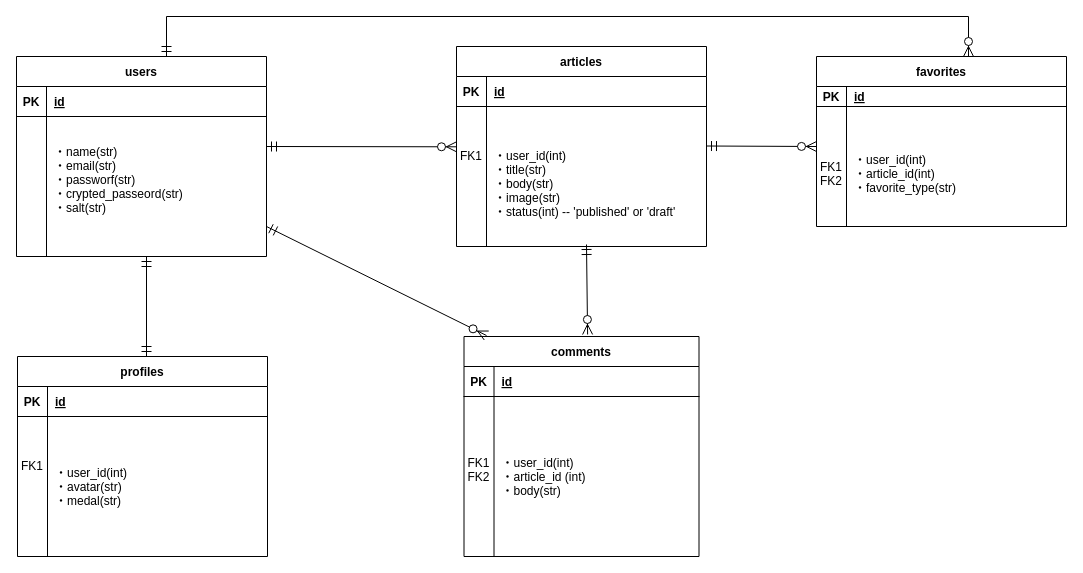
s17w09/Entity-Relationship-Diagram keeps this draw.io diagram as 名称未設定ファイル.drawio. Above is the earlier version. Source tidied: cells renumbered, new cells numbered last; positions are measured from the earlier drawing's top-left corner, leaving out a move shared by most shapes. Both pictures are drawn from the tidied source at 100%, with x=0, y=0 at pixel (16, 16).
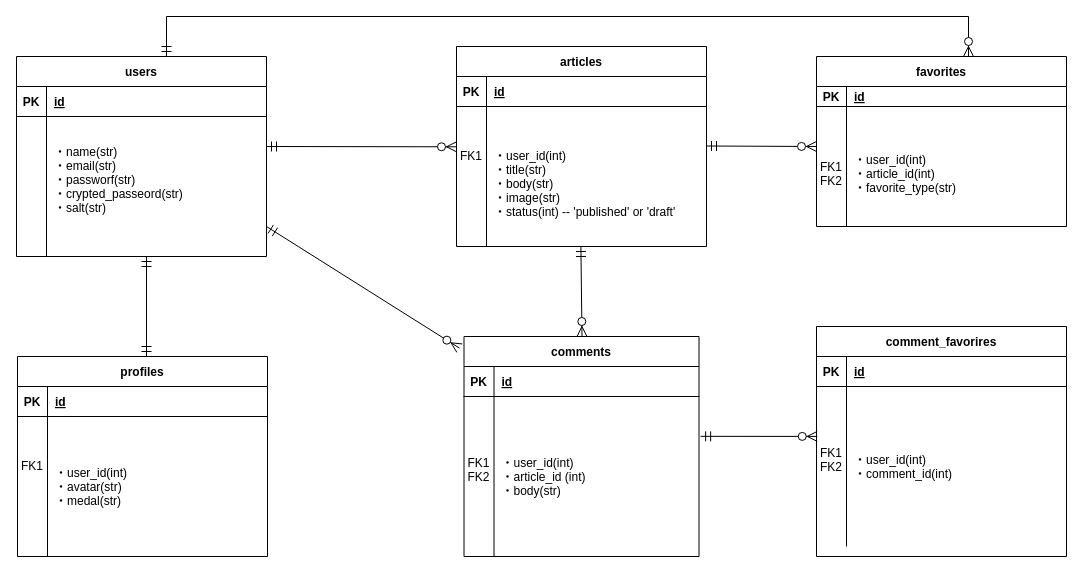
The same page after the edit.

Commit message:
名称未設定ファイル.drawio を更新します

Unchanged cells that the change refers to:
```xml
<mxCell id="23" value="comments" style="shape=table;startSize=30;childLayout=tableLayout;rowLines=0;fontStyle=1;align=center;" parent="1" vertex="1">
  <mxGeometry x="447.5" y="320" width="235" height="220" as="geometry" />
</mxCell>
<mxCell id="27" style="shape=partialRectangle;fillColor=none;points=[[0,0.5],[1,0.5]];portConstraint=eastwest;top=0;left=0;right=0;bottom=0;" parent="23" vertex="1">
  <mxGeometry y="60" width="235" height="160" as="geometry" />
</mxCell>
```

Diff of the diagram source:
```diff
@@
-    <mxCell id="31" style="fontSize=12;html=1;endArrow=ERzeroToMany;startArrow=ERmandOne;rounded=0;startSize=8;endSize=8;elbow=vertical;startFill=0;entryX=0.543;entryY=-0.009;entryDx=0;entryDy=0;exitX=0.536;exitY=0.986;exitDx=0;exitDy=0;entryPerimeter=0;exitPerimeter=0;" parent="1" edge="1">
-      <mxGeometry relative="1" as="geometry">
-        <mxPoint x="570" y="228" as="sourcePoint" />
-        <mxPoint x="571.1" y="318" as="targetPoint" />
-      </mxGeometry>
+    <mxCell id="31" style="fontSize=12;html=1;endArrow=ERzeroToMany;startArrow=ERmandOne;rounded=0;startSize=8;endSize=8;elbow=vertical;startFill=0;entryX=0.003;entryY=0.312;entryDx=0;entryDy=0;exitX=1.007;exitY=0.249;exitDx=0;exitDy=0;entryPerimeter=0;exitPerimeter=0;" parent="1" edge="1" source="27" target="47">
+      <mxGeometry relative="1" as="geometry" />
     </mxCell>
@@
-    <mxCell id="42" style="fontSize=12;html=1;endArrow=ERzeroToMany;startArrow=ERmandOne;rounded=0;startSize=8;endSize=8;elbow=vertical;startFill=0;" parent="1" edge="1">
+    <mxCell id="42" style="fontSize=12;html=1;endArrow=ERzeroToMany;startArrow=ERmandOne;rounded=0;startSize=8;endSize=8;elbow=vertical;startFill=0;entryX=-0.019;entryY=0.053;entryDx=0;entryDy=0;entryPerimeter=0;" parent="1" edge="1" target="23">
       <mxGeometry relative="1" as="geometry">
         <mxPoint x="250" y="210" as="sourcePoint" />
-        <mxPoint x="470" y="319" as="targetPoint" />
       </mxGeometry>
     </mxCell>
+    <mxCell id="43" value="comment_favorires" style="shape=table;startSize=30;childLayout=tableLayout;rowLines=0;fontStyle=1;align=center;" parent="1" vertex="1">
+      <mxGeometry x="800" y="310" width="250" height="230" as="geometry" />
+    </mxCell>
+    <mxCell id="44" style="shape=partialRectangle;fillColor=none;top=0;left=0;right=0;bottom=1;" parent="43" vertex="1">
+      <mxGeometry y="30" width="250" height="30" as="geometry" />
+    </mxCell>
+    <mxCell id="45" value="PK" style="shape=partialRectangle;overflow=hidden;fillColor=none;top=0;left=0;bottom=0;right=0;fontStyle=1;" parent="44" vertex="1">
+      <mxGeometry width="30" height="30" as="geometry" />
+    </mxCell>
+    <mxCell id="46" value="id" style="shape=partialRectangle;overflow=hidden;fillColor=none;top=0;left=0;bottom=0;right=0;align=left;spacingLeft=6;fontStyle=5;" parent="44" vertex="1">
+      <mxGeometry x="30" width="220" height="30" as="geometry" />
+    </mxCell>
+    <mxCell id="47" style="shape=partialRectangle;fillColor=none;points=[[0,0.5],[1,0.5]];portConstraint=eastwest;top=0;left=0;right=0;bottom=0;" parent="43" vertex="1">
+      <mxGeometry y="60" width="250" height="160" as="geometry" />
+    </mxCell>
+    <mxCell id="48" value="&#10;FK1&#10;FK2&#10;&#10;" style="shape=partialRectangle;overflow=hidden;fillColor=none;top=0;left=0;bottom=0;right=0;" parent="47" vertex="1">
+      <mxGeometry width="30" height="160" as="geometry" />
+    </mxCell>
+    <mxCell id="49" value="・user_id(int)&#10;・comment_id(int)" style="shape=partialRectangle;overflow=hidden;fillColor=none;top=0;left=0;bottom=0;right=0;align=left;spacingLeft=6;" parent="47" vertex="1">
+      <mxGeometry x="30" width="220" height="160" as="geometry" />
+    </mxCell>
+    <mxCell id="50" style="fontSize=12;html=1;endArrow=ERzeroToMany;startArrow=ERmandOne;rounded=0;startSize=8;endSize=8;elbow=vertical;startFill=0;entryX=0.543;entryY=-0.009;entryDx=0;entryDy=0;exitX=0.536;exitY=0.986;exitDx=0;exitDy=0;entryPerimeter=0;exitPerimeter=0;" parent="1" edge="1">
+      <mxGeometry relative="1" as="geometry">
+        <mxPoint x="564.4" y="230" as="sourcePoint" />
+        <mxPoint x="565.5" y="320" as="targetPoint" />
+      </mxGeometry>
+    </mxCell>
```
